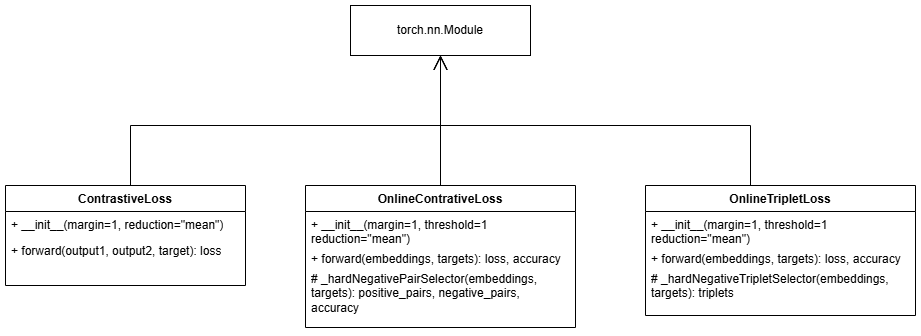
The draw.io diagram graphs/diagrams_Losses.png in VladislavPrimakov/study-diploma-master, before a commit. Source tidied: cells renumbered, new cells last; positions are measured from the earlier drawing's top-left corner, leaving out a move shared by most shapes.
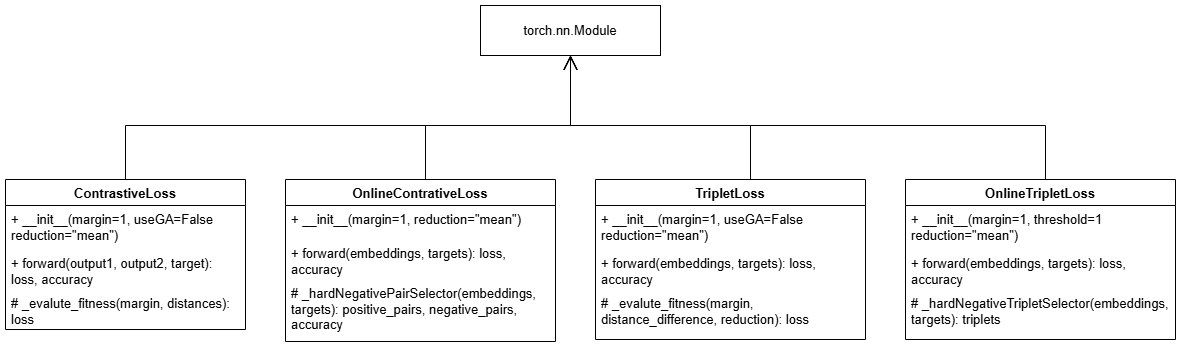
After the commit.

Change to the diagram source:
```diff
@@ -2,60 +2,88 @@
   <root>
     <mxCell id="0" />
     <mxCell id="1" parent="0" />
-    <mxCell id="2" value="OnlineContrativeLoss" style="swimlane;fontStyle=1;align=center;verticalAlign=top;horizontal=1;startSize=26;whiteSpace=wrap;html=1;" parent="1" vertex="1">
-      <mxGeometry x="300" y="180" width="270" height="142" as="geometry" />
+    <mxCell id="2" value="OnlineContrativeLoss" style="swimlane;fontStyle=1;align=center;verticalAlign=top;horizontal=1;startSize=26;whiteSpace=wrap;html=1;fontSize=13;" parent="1" vertex="1">
+      <mxGeometry x="150" y="174" width="270" height="162" as="geometry" />
     </mxCell>
-    <mxCell id="3" value="+ __init__(margin=1, threshold=1 reduction=&quot;mean&quot;)" style="text;strokeColor=none;fillColor=none;align=left;verticalAlign=top;spacingLeft=4;spacingRight=4;overflow=hidden;whiteSpace=wrap;html=1;" parent="2" vertex="1">
+    <mxCell id="3" value="+ __init__(margin=1, reduction=&quot;mean&quot;)" style="text;strokeColor=none;fillColor=none;align=left;verticalAlign=top;spacingLeft=4;spacingRight=4;overflow=hidden;whiteSpace=wrap;html=1;fontSize=13;" parent="2" vertex="1">
       <mxGeometry y="26" width="270" height="34" as="geometry" />
     </mxCell>
-    <mxCell id="4" value="+ forward(embeddings, targets): loss, accuracy" style="text;strokeColor=none;fillColor=none;align=left;verticalAlign=top;spacingLeft=4;spacingRight=4;overflow=hidden;whiteSpace=wrap;html=1;" parent="2" vertex="1">
-      <mxGeometry y="60" width="270" height="20" as="geometry" />
+    <mxCell id="4" value="+ forward(embeddings, targets): loss, accuracy" style="text;strokeColor=none;fillColor=none;align=left;verticalAlign=top;spacingLeft=4;spacingRight=4;overflow=hidden;whiteSpace=wrap;html=1;fontSize=13;" parent="2" vertex="1">
+      <mxGeometry y="60" width="270" height="40" as="geometry" />
     </mxCell>
-    <mxCell id="5" value="# _hardNegativePairSelector(embeddings, targets): positive_pairs, negative_pairs, accuracy" style="text;strokeColor=none;fillColor=none;align=left;verticalAlign=top;spacingLeft=4;spacingRight=4;overflow=hidden;whiteSpace=wrap;html=1;" parent="2" vertex="1">
-      <mxGeometry y="80" width="270" height="62" as="geometry" />
+    <mxCell id="5" value="# _hardNegativePairSelector(embeddings, targets): positive_pairs, negative_pairs, accuracy" style="text;strokeColor=none;fillColor=none;align=left;verticalAlign=top;spacingLeft=4;spacingRight=4;overflow=hidden;whiteSpace=wrap;html=1;fontSize=13;" parent="2" vertex="1">
+      <mxGeometry y="100" width="270" height="62" as="geometry" />
     </mxCell>
-    <mxCell id="6" value="OnlineTripletLoss" style="swimlane;fontStyle=1;align=center;verticalAlign=top;horizontal=1;startSize=26;whiteSpace=wrap;html=1;" parent="1" vertex="1">
-      <mxGeometry x="640" y="180" width="270" height="130" as="geometry" />
+    <mxCell id="6" value="OnlineTripletLoss" style="swimlane;fontStyle=1;align=center;verticalAlign=top;horizontal=1;startSize=26;whiteSpace=wrap;html=1;fontSize=13;" parent="1" vertex="1">
+      <mxGeometry x="770" y="174" width="270" height="160" as="geometry" />
     </mxCell>
-    <mxCell id="7" value="+ __init__(margin=1, threshold=1 reduction=&quot;mean&quot;)" style="text;strokeColor=none;fillColor=none;align=left;verticalAlign=top;spacingLeft=4;spacingRight=4;overflow=hidden;whiteSpace=wrap;html=1;" parent="6" vertex="1">
-      <mxGeometry y="26" width="270" height="34" as="geometry" />
+    <mxCell id="7" value="+ __init__(margin=1, threshold=1 reduction=&quot;mean&quot;)" style="text;strokeColor=none;fillColor=none;align=left;verticalAlign=top;spacingLeft=4;spacingRight=4;overflow=hidden;whiteSpace=wrap;html=1;fontSize=13;" parent="6" vertex="1">
+      <mxGeometry y="26" width="270" height="44" as="geometry" />
     </mxCell>
-    <mxCell id="8" value="+ forward(embeddings, targets): loss, accuracy" style="text;strokeColor=none;fillColor=none;align=left;verticalAlign=top;spacingLeft=4;spacingRight=4;overflow=hidden;whiteSpace=wrap;html=1;" parent="6" vertex="1">
-      <mxGeometry y="60" width="270" height="20" as="geometry" />
+    <mxCell id="8" value="+ forward(embeddings, targets): loss, accuracy" style="text;strokeColor=none;fillColor=none;align=left;verticalAlign=top;spacingLeft=4;spacingRight=4;overflow=hidden;whiteSpace=wrap;html=1;fontSize=13;" parent="6" vertex="1">
+      <mxGeometry y="70" width="270" height="40" as="geometry" />
     </mxCell>
-    <mxCell id="9" value="# _hardNegativeTripletSelector(embeddings, targets): triplets" style="text;strokeColor=none;fillColor=none;align=left;verticalAlign=top;spacingLeft=4;spacingRight=4;overflow=hidden;whiteSpace=wrap;html=1;" parent="6" vertex="1">
-      <mxGeometry y="80" width="270" height="50" as="geometry" />
+    <mxCell id="9" value="# _hardNegativeTripletSelector(embeddings, targets): triplets" style="text;strokeColor=none;fillColor=none;align=left;verticalAlign=top;spacingLeft=4;spacingRight=4;overflow=hidden;whiteSpace=wrap;html=1;fontSize=13;" parent="6" vertex="1">
+      <mxGeometry y="110" width="270" height="50" as="geometry" />
     </mxCell>
-    <mxCell id="10" value="ContrastiveLoss" style="swimlane;fontStyle=1;align=center;verticalAlign=top;horizontal=1;startSize=26;whiteSpace=wrap;html=1;" parent="1" vertex="1">
-      <mxGeometry y="180" width="240" height="100" as="geometry" />
+    <mxCell id="10" value="ContrastiveLoss" style="swimlane;fontStyle=1;align=center;verticalAlign=top;horizontal=1;startSize=26;whiteSpace=wrap;html=1;fontSize=13;" parent="1" vertex="1">
+      <mxGeometry x="-130" y="174" width="240" height="150" as="geometry" />
     </mxCell>
-    <mxCell id="11" value="+ __init__(margin=1, reduction=&quot;mean&quot;)" style="text;strokeColor=none;fillColor=none;align=left;verticalAlign=top;spacingLeft=4;spacingRight=4;overflow=hidden;whiteSpace=wrap;html=1;" parent="10" vertex="1">
-      <mxGeometry y="26" width="240" height="26" as="geometry" />
+    <mxCell id="11" value="+ __init__(margin=1, useGA=False reduction=&quot;mean&quot;)" style="text;strokeColor=none;fillColor=none;align=left;verticalAlign=top;spacingLeft=4;spacingRight=4;overflow=hidden;whiteSpace=wrap;html=1;fontSize=13;" parent="10" vertex="1">
+      <mxGeometry y="26" width="240" height="44" as="geometry" />
     </mxCell>
-    <mxCell id="12" value="+ forward(output1, output2, target): loss" style="text;strokeColor=none;fillColor=none;align=left;verticalAlign=top;spacingLeft=4;spacingRight=4;overflow=hidden;whiteSpace=wrap;html=1;" parent="10" vertex="1">
-      <mxGeometry y="52" width="240" height="48" as="geometry" />
+    <mxCell id="12" value="+ forward(output1, output2, target): loss, accuracy" style="text;strokeColor=none;fillColor=none;align=left;verticalAlign=top;spacingLeft=4;spacingRight=4;overflow=hidden;whiteSpace=wrap;html=1;fontSize=13;" parent="10" vertex="1">
+      <mxGeometry y="70" width="240" height="40" as="geometry" />
     </mxCell>
+    <mxCell id="17" value="# _evalute_fitness(margin, distances): loss" style="text;strokeColor=none;fillColor=none;align=left;verticalAlign=top;spacingLeft=4;spacingRight=4;overflow=hidden;whiteSpace=wrap;html=1;fontSize=13;" parent="10" vertex="1">
+      <mxGeometry y="110" width="240" height="40" as="geometry" />
+    </mxCell>
-    <mxCell id="13" style="endArrow=open;endFill=1;endSize=12;html=1;rounded=0;edgeStyle=orthogonalEdgeStyle;" parent="1" edge="1" source="10" target="16">
+    <mxCell id="13" style="endArrow=open;endFill=1;endSize=12;html=1;rounded=0;edgeStyle=orthogonalEdgeStyle;exitX=0.5;exitY=0;exitDx=0;exitDy=0;fontSize=13;" parent="1" edge="1" source="10" target="16">
       <mxGeometry relative="1" as="geometry">
         <Array as="points">
-          <mxPoint x="125" y="120" />
+          <mxPoint x="-10" y="120" />
           <mxPoint x="435" y="120" />
         </Array>
       </mxGeometry>
     </mxCell>
-    <mxCell id="14" style="endArrow=open;endFill=1;endSize=12;html=1;rounded=0;edgeStyle=orthogonalEdgeStyle;" parent="1" edge="1" source="2" target="16">
-      <mxGeometry relative="1" as="geometry" />
+    <mxCell id="14" style="endArrow=open;endFill=1;endSize=12;html=1;rounded=0;edgeStyle=orthogonalEdgeStyle;fontSize=13;" parent="1" edge="1" source="2" target="16">
+      <mxGeometry relative="1" as="geometry">
+        <Array as="points">
+          <mxPoint x="290" y="120" />
+          <mxPoint x="435" y="120" />
+        </Array>
+      </mxGeometry>
     </mxCell>
-    <mxCell id="15" style="endArrow=open;endFill=1;endSize=12;html=1;rounded=0;edgeStyle=orthogonalEdgeStyle;" parent="1" edge="1" source="6" target="16">
+    <mxCell id="15" style="endArrow=open;endFill=1;endSize=12;html=1;rounded=0;edgeStyle=orthogonalEdgeStyle;fontSize=13;" parent="1" edge="1" source="6" target="16">
       <mxGeometry relative="1" as="geometry">
         <Array as="points">
-          <mxPoint x="745" y="120" />
+          <mxPoint x="910" y="120" />
           <mxPoint x="435" y="120" />
         </Array>
       </mxGeometry>
     </mxCell>
-    <mxCell id="16" value="torch.nn.Module" style="html=1;whiteSpace=wrap;" parent="1" vertex="1">
+    <mxCell id="16" value="torch.nn.Module" style="html=1;whiteSpace=wrap;fontSize=13;" parent="1" vertex="1">
       <mxGeometry x="345" width="180" height="50" as="geometry" />
     </mxCell>
+    <mxCell id="18" value="TripletLoss" style="swimlane;fontStyle=1;align=center;verticalAlign=top;horizontal=1;startSize=26;whiteSpace=wrap;html=1;fontSize=13;" parent="1" vertex="1">
+      <mxGeometry x="460" y="174" width="270" height="160" as="geometry" />
+    </mxCell>
+    <mxCell id="19" value="+ __init__(margin=1, useGA=False reduction=&quot;mean&quot;)" style="text;strokeColor=none;fillColor=none;align=left;verticalAlign=top;spacingLeft=4;spacingRight=4;overflow=hidden;whiteSpace=wrap;html=1;fontSize=13;" parent="18" vertex="1">
+      <mxGeometry y="26" width="270" height="44" as="geometry" />
+    </mxCell>
+    <mxCell id="20" value="+ forward(embeddings, targets): loss, accuracy" style="text;strokeColor=none;fillColor=none;align=left;verticalAlign=top;spacingLeft=4;spacingRight=4;overflow=hidden;whiteSpace=wrap;html=1;fontSize=13;" parent="18" vertex="1">
+      <mxGeometry y="70" width="270" height="40" as="geometry" />
+    </mxCell>
+    <mxCell id="21" value="# _evalute_fitness(margin, distance_difference, reduction): loss" style="text;strokeColor=none;fillColor=none;align=left;verticalAlign=top;spacingLeft=4;spacingRight=4;overflow=hidden;whiteSpace=wrap;html=1;fontSize=13;" parent="18" vertex="1">
+      <mxGeometry y="110" width="270" height="50" as="geometry" />
+    </mxCell>
+    <mxCell id="22" style="endArrow=open;endFill=1;endSize=12;html=1;rounded=0;edgeStyle=orthogonalEdgeStyle;fontSize=13;" parent="1" edge="1" source="18" target="16">
+      <mxGeometry relative="1" as="geometry">
+        <Array as="points">
+          <mxPoint x="615" y="120" />
+          <mxPoint x="435" y="120" />
+        </Array>
+      </mxGeometry>
+    </mxCell>
   </root>
 </mxGraphModel>
```
